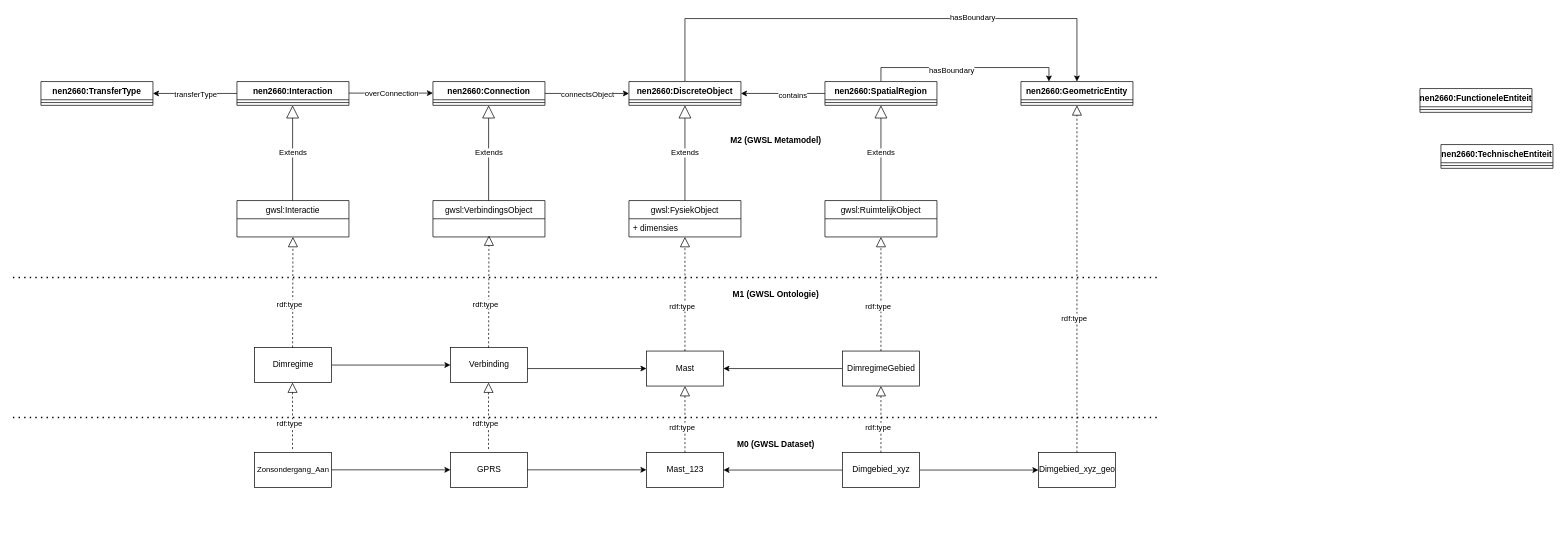
The draw.io diagram data/Werkgroep Modellering en Techniek/Model_GWSL.drawio in Stichting-CROW/gwsl, before the edit. Source tidied: cells renumbered, new cells numbered last; positions are measured from the earlier drawing's top-left corner, leaving out a move shared by most shapes. Both pictures are drawn from the tidied source at 70%, with x=0, y=0 at pixel (13, 18).
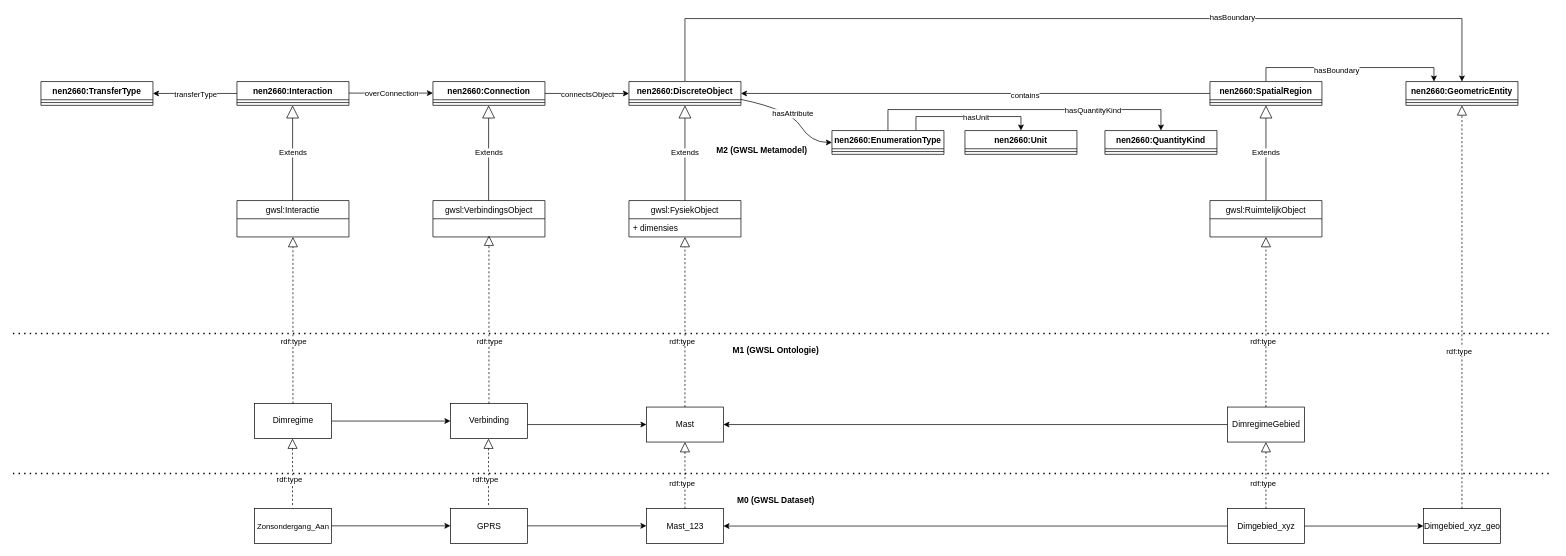
After the change.

The change refers to these unchanged cells:
```xml
<mxCell id="6" value="nen2660:DiscreteObject" style="swimlane;fontStyle=1;align=center;verticalAlign=top;horizontal=1;startSize=26;" parent="1" vertex="1">
  <mxGeometry x="880" y="90" width="160" height="34" as="geometry" />
</mxCell>
<mxCell id="58" value="gwsl:Interactie" style="swimlane;fontStyle=0;horizontal=1;startSize=26;fillColor=none;" parent="1" vertex="1">
  <mxGeometry x="320" y="260" width="160" height="52" as="geometry" />
</mxCell>
```

The edit, as a diff of the source:
```diff
@@
     <mxCell id="4" style="edgeStyle=orthogonalEdgeStyle;rounded=0;jettySize=auto;html=1;entryX=0.5;entryY=0;entryDx=0;entryDy=0;startArrow=none;startFill=0;endArrow=classic;endFill=1;" parent="1" edge="1" source="6" target="37">
       <mxGeometry relative="1" as="geometry">
         <Array as="points">
           <mxPoint x="960" />
-          <mxPoint x="1520" />
+          <mxPoint x="2070" />
         </Array>
       </mxGeometry>
     </mxCell>
@@
     <mxCell id="10" value="nen2660:SpatialRegion" style="swimlane;fontStyle=1;align=center;verticalAlign=top;horizontal=1;startSize=26;" parent="1" vertex="1">
-      <mxGeometry x="1160" y="90" width="160" height="34" as="geometry" />
+      <mxGeometry x="1710" y="90" width="160" height="34" as="geometry" />
     </mxCell>
@@
     <mxCell id="16" value="Mast" style="html=1;" parent="1" vertex="1">
-      <mxGeometry x="905" y="475" width="110" height="50" as="geometry" />
+      <mxGeometry x="905" y="555" width="110" height="50" as="geometry" />
     </mxCell>
@@
     <mxCell id="19" value="gwsl:RuimtelijkObject" style="swimlane;fontStyle=0;horizontal=1;startSize=26;fillColor=none;" parent="1" vertex="1">
-      <mxGeometry x="1160" y="260" width="160" height="52" as="geometry" />
+      <mxGeometry x="1710" y="260" width="160" height="52" as="geometry" />
     </mxCell>
     <mxCell id="20" value="DimregimeGebied" style="html=1;" parent="1" vertex="1">
-      <mxGeometry x="1185" y="475" width="110" height="50" as="geometry" />
+      <mxGeometry x="1735" y="555" width="110" height="50" as="geometry" />
     </mxCell>
@@
     <mxCell id="24" style="endArrow=none;dashed=1;html=1;dashPattern=1 3;strokeWidth=2;" parent="1" edge="1">
       <mxGeometry relative="1" as="geometry">
-        <mxPoint y="370" as="sourcePoint" />
-        <mxPoint x="1640" y="370" as="targetPoint" />
+        <mxPoint y="450" as="sourcePoint" />
+        <mxPoint x="2200" y="450" as="targetPoint" />
       </mxGeometry>
     </mxCell>
     <mxCell id="25" style="endArrow=none;dashed=1;html=1;dashPattern=1 3;strokeWidth=2;" parent="1" edge="1">
       <mxGeometry relative="1" as="geometry">
-        <mxPoint y="570" as="sourcePoint" />
-        <mxPoint x="1640" y="570" as="targetPoint" />
+        <mxPoint y="650" as="sourcePoint" />
+        <mxPoint x="2200" y="650" as="targetPoint" />
       </mxGeometry>
     </mxCell>
@@
     <mxCell id="27" value="Mast_123" style="html=1;" parent="1" vertex="1">
-      <mxGeometry x="905" y="620" width="110" height="50" as="geometry" />
+      <mxGeometry x="905" y="700" width="110" height="50" as="geometry" />
     </mxCell>
@@
     <mxCell id="29" value="Dimgebied_xyz" style="html=1;" parent="1" vertex="1">
-      <mxGeometry x="1185" y="620" width="110" height="50" as="geometry" />
+      <mxGeometry x="1735" y="700" width="110" height="50" as="geometry" />
     </mxCell>
@@
     <mxCell id="34" value="M1 (GWSL Ontologie)" style="text;align=center;fontStyle=1;verticalAlign=middle;spacingLeft=3;spacingRight=3;strokeColor=none;" parent="1" vertex="1">
-      <mxGeometry x="1050" y="380" width="80" height="26" as="geometry" />
+      <mxGeometry x="1050" y="460" width="80" height="26" as="geometry" />
     </mxCell>
     <mxCell id="35" value="M2 (GWSL Metamodel)" style="text;align=center;fontStyle=1;verticalAlign=middle;spacingLeft=3;spacingRight=3;strokeColor=none;" parent="1" vertex="1">
-      <mxGeometry x="1050" y="160" width="80" height="26" as="geometry" />
+      <mxGeometry x="1030" y="174" width="80" height="26" as="geometry" />
     </mxCell>
     <mxCell id="36" value="M0 (GWSL Dataset)" style="text;align=center;fontStyle=1;verticalAlign=middle;spacingLeft=3;spacingRight=3;strokeColor=none;" parent="1" vertex="1">
-      <mxGeometry x="1050" y="594" width="80" height="26" as="geometry" />
+      <mxGeometry x="1050" y="674" width="80" height="26" as="geometry" />
     </mxCell>
     <mxCell id="37" value="nen2660:GeometricEntity" style="swimlane;fontStyle=1;align=center;verticalAlign=top;horizontal=1;startSize=26;" parent="1" vertex="1">
-      <mxGeometry x="1440" y="90" width="160" height="34" as="geometry" />
+      <mxGeometry x="1990" y="90" width="160" height="34" as="geometry" />
     </mxCell>
@@
     <mxCell id="39" value="Dimgebied_xyz_geo" style="html=1;" parent="1" vertex="1">
-      <mxGeometry x="1465" y="620" width="110" height="50" as="geometry" />
+      <mxGeometry x="2015" y="700" width="110" height="50" as="geometry" />
     </mxCell>
@@
-    <mxCell id="44" value="nen2660:TechnischeEntiteit" style="swimlane;fontStyle=1;align=center;verticalAlign=top;horizontal=1;startSize=26;" parent="1" vertex="1">
-      <mxGeometry x="2040" y="180" width="160" height="34" as="geometry" />
-    </mxCell>
-    <mxCell id="45" style="line;strokeWidth=1;fillColor=none;align=left;verticalAlign=middle;spacingTop=-1;spacingLeft=3;spacingRight=3;labelPosition=right;" parent="44" vertex="1">
-      <mxGeometry y="26" width="160" height="8" as="geometry" />
-    </mxCell>
-    <mxCell id="46" value="nen2660:FunctioneleEntiteit" style="swimlane;fontStyle=1;align=center;verticalAlign=top;horizontal=1;startSize=26;" parent="1" vertex="1">
-      <mxGeometry x="2010" y="100" width="160" height="34" as="geometry" />
-    </mxCell>
-    <mxCell id="47" style="line;strokeWidth=1;fillColor=none;align=left;verticalAlign=middle;spacingTop=-1;spacingLeft=3;spacingRight=3;labelPosition=right;" parent="46" vertex="1">
-      <mxGeometry y="26" width="160" height="8" as="geometry" />
-    </mxCell>
@@
     <mxCell id="54" value="Verbinding" style="html=1;" parent="1" vertex="1">
-      <mxGeometry x="625" y="470" width="110" height="50" as="geometry" />
+      <mxGeometry x="625" y="550" width="110" height="50" as="geometry" />
     </mxCell>
-    <mxCell id="55" style="endArrow=block;dashed=1;endFill=0;endSize=12;html=1;exitX=0.5;exitY=0;exitDx=0;exitDy=0;" parent="1" edge="1">
+    <mxCell id="55" style="endArrow=block;dashed=1;endFill=0;endSize=12;html=1;exitX=0.5;exitY=0;exitDx=0;exitDy=0;" parent="1" edge="1" source="54">
       <mxGeometry relative="1" as="geometry">
-        <mxPoint x="679.5" y="470" as="sourcePoint" />
         <mxPoint x="680" y="310" as="targetPoint" />
       </mxGeometry>
     </mxCell>
     <mxCell id="56" value="rdf:type" style="edgeLabel;html=1;align=center;verticalAlign=middle;" parent="55" vertex="1">
-      <mxGeometry x="-0.22" y="5" relative="1" as="geometry" />
+      <mxGeometry x="-0.22" y="5" relative="1" as="geometry">
+        <mxPoint x="5" y="4" as="offset" />
+      </mxGeometry>
     </mxCell>
     <mxCell id="57" style="endArrow=classic;html=1;entryX=0;entryY=0.5;entryDx=0;entryDy=0;" parent="1" edge="1" target="16">
       <mxGeometry relative="1" as="geometry">
-        <mxPoint x="735" y="500" as="sourcePoint" />
+        <mxPoint x="735" y="580" as="sourcePoint" />
       </mxGeometry>
     </mxCell>
@@
     <mxCell id="61" value="Dimregime" style="html=1;" parent="1" vertex="1">
-      <mxGeometry x="345" y="470" width="110" height="50" as="geometry" />
+      <mxGeometry x="345" y="550" width="110" height="50" as="geometry" />
     </mxCell>
-    <mxCell id="62" style="endArrow=block;dashed=1;endFill=0;endSize=12;html=1;exitX=0.5;exitY=0;exitDx=0;exitDy=0;entryX=0.5;entryY=1;entryDx=0;entryDy=0;" parent="1" edge="1" target="58">
-      <mxGeometry relative="1" as="geometry">
-        <mxPoint x="399.5" y="470" as="sourcePoint" />
-      </mxGeometry>
+    <mxCell id="62" style="endArrow=block;dashed=1;endFill=0;endSize=12;html=1;exitX=0.5;exitY=0;exitDx=0;exitDy=0;entryX=0.5;entryY=1;entryDx=0;entryDy=0;" parent="1" edge="1" source="61" target="58">
+      <mxGeometry relative="1" as="geometry" />
     </mxCell>
     <mxCell id="63" value="rdf:type" style="edgeLabel;html=1;align=center;verticalAlign=middle;" parent="62" vertex="1">
-      <mxGeometry x="-0.22" y="5" relative="1" as="geometry" />
+      <mxGeometry x="-0.22" y="5" relative="1" as="geometry">
+        <mxPoint x="5" y="3" as="offset" />
+      </mxGeometry>
     </mxCell>
@@
     <mxCell id="70" value="GPRS" style="html=1;" parent="1" vertex="1">
-      <mxGeometry x="625" y="620" width="110" height="50" as="geometry" />
+      <mxGeometry x="625" y="700" width="110" height="50" as="geometry" />
     </mxCell>
     <mxCell id="71" style="endArrow=classic;html=1;entryX=0;entryY=0.5;entryDx=0;entryDy=0;" parent="1" edge="1">
       <mxGeometry relative="1" as="geometry">
-        <mxPoint x="735" y="644.7" as="sourcePoint" />
-        <mxPoint x="905" y="644.7" as="targetPoint" />
+        <mxPoint x="735" y="724.7" as="sourcePoint" />
+        <mxPoint x="905" y="724.7" as="targetPoint" />
       </mxGeometry>
     </mxCell>
     <mxCell id="72" value="&lt;font style=&quot;font-size: 11px&quot;&gt;Zonsondergang_Aan&lt;/font&gt;" style="html=1;" parent="1" vertex="1">
-      <mxGeometry x="345" y="620" width="110" height="50" as="geometry" />
+      <mxGeometry x="345" y="700" width="110" height="50" as="geometry" />
     </mxCell>
     <mxCell id="73" style="endArrow=block;dashed=1;endFill=0;endSize=12;html=1;entryX=0.5;entryY=1;entryDx=0;entryDy=0;exitX=0.5;exitY=0;exitDx=0;exitDy=0;" parent="1" edge="1">
       <mxGeometry relative="1" as="geometry">
-        <mxPoint x="679.4" y="615" as="sourcePoint" />
-        <mxPoint x="679.4" y="520" as="targetPoint" />
+        <mxPoint x="679.4" y="695" as="sourcePoint" />
+        <mxPoint x="679.4" y="600" as="targetPoint" />
       </mxGeometry>
     </mxCell>
@@
     <mxCell id="75" style="endArrow=block;dashed=1;endFill=0;endSize=12;html=1;entryX=0.5;entryY=1;entryDx=0;entryDy=0;exitX=0.5;exitY=0;exitDx=0;exitDy=0;" parent="1" edge="1">
       <mxGeometry relative="1" as="geometry">
-        <mxPoint x="399.4" y="615" as="sourcePoint" />
-        <mxPoint x="399.4" y="520" as="targetPoint" />
+        <mxPoint x="399.4" y="695" as="sourcePoint" />
+        <mxPoint x="399.4" y="600" as="targetPoint" />
       </mxGeometry>
     </mxCell>
@@
     <mxCell id="77" style="edgeStyle=orthogonalEdgeStyle;rounded=0;orthogonalLoop=1;jettySize=auto;html=1;exitX=1;exitY=0.5;exitDx=0;exitDy=0;entryX=0;entryY=0.5;entryDx=0;entryDy=0;" parent="1" edge="1">
       <mxGeometry relative="1" as="geometry">
-        <mxPoint x="455" y="644.7" as="sourcePoint" />
-        <mxPoint x="625" y="644.7" as="targetPoint" />
+        <mxPoint x="455" y="724.7" as="sourcePoint" />
+        <mxPoint x="625" y="724.7" as="targetPoint" />
       </mxGeometry>
     </mxCell>
+    <mxCell id="78" style="edgeStyle=orthogonalEdgeStyle;rounded=0;jettySize=auto;html=1;exitX=0.5;exitY=0;exitDx=0;exitDy=0;entryX=0.5;entryY=0;entryDx=0;entryDy=0;" parent="1" edge="1" source="82" target="87">
+      <mxGeometry relative="1" as="geometry">
+        <Array as="points">
+          <mxPoint x="1250" y="130" />
+          <mxPoint x="1640" y="130" />
+        </Array>
+      </mxGeometry>
+    </mxCell>
+    <mxCell id="79" value="hasQuantityKind" style="edgeLabel;html=1;align=center;verticalAlign=middle;" parent="78" vertex="1">
+      <mxGeometry x="0.43" relative="1" as="geometry" />
+    </mxCell>
+    <mxCell id="80" style="edgeStyle=orthogonalEdgeStyle;rounded=0;jettySize=auto;html=1;exitX=0.75;exitY=0;exitDx=0;exitDy=0;entryX=0.5;entryY=0;entryDx=0;entryDy=0;" parent="1" edge="1" source="82" target="85">
+      <mxGeometry relative="1" as="geometry" />
+    </mxCell>
+    <mxCell id="81" value="hasUnit" style="edgeLabel;html=1;align=center;verticalAlign=middle;" parent="80" vertex="1">
+      <mxGeometry x="0.11" y="-1" relative="1" as="geometry" />
+    </mxCell>
+    <mxCell id="82" value="nen2660:EnumerationType" style="swimlane;fontStyle=1;align=center;verticalAlign=top;horizontal=1;startSize=26;" parent="1" vertex="1">
+      <mxGeometry x="1170" y="160" width="160" height="34" as="geometry" />
+    </mxCell>
+    <mxCell id="83" style="line;strokeWidth=1;fillColor=none;align=left;verticalAlign=middle;spacingTop=-1;spacingLeft=3;spacingRight=3;labelPosition=right;" parent="82" vertex="1">
+      <mxGeometry y="26" width="160" height="8" as="geometry" />
+    </mxCell>
+    <mxCell id="84" value="hasAttribute" style="curved=1;endArrow=classic;html=1;exitX=1;exitY=0.75;exitDx=0;exitDy=0;entryX=0;entryY=0.5;entryDx=0;entryDy=0;" parent="1" edge="1" source="6" target="82">
+      <mxGeometry relative="1" as="geometry">
+        <Array as="points">
+          <mxPoint x="1110" y="130" />
+          <mxPoint x="1140" y="177" />
+        </Array>
+      </mxGeometry>
+    </mxCell>
+    <mxCell id="85" value="nen2660:Unit" style="swimlane;fontStyle=1;align=center;verticalAlign=top;horizontal=1;startSize=26;" parent="1" vertex="1">
+      <mxGeometry x="1360" y="160" width="160" height="34" as="geometry" />
+    </mxCell>
+    <mxCell id="86" style="line;strokeWidth=1;fillColor=none;align=left;verticalAlign=middle;spacingTop=-1;spacingLeft=3;spacingRight=3;labelPosition=right;" parent="85" vertex="1">
+      <mxGeometry y="26" width="160" height="8" as="geometry" />
+    </mxCell>
+    <mxCell id="87" value="nen2660:QuantityKind" style="swimlane;fontStyle=1;align=center;verticalAlign=top;horizontal=1;startSize=26;" parent="1" vertex="1">
+      <mxGeometry x="1560" y="160" width="160" height="34" as="geometry" />
+    </mxCell>
+    <mxCell id="88" style="line;strokeWidth=1;fillColor=none;align=left;verticalAlign=middle;spacingTop=-1;spacingLeft=3;spacingRight=3;labelPosition=right;" parent="87" vertex="1">
+      <mxGeometry y="26" width="160" height="8" as="geometry" />
+    </mxCell>
```
